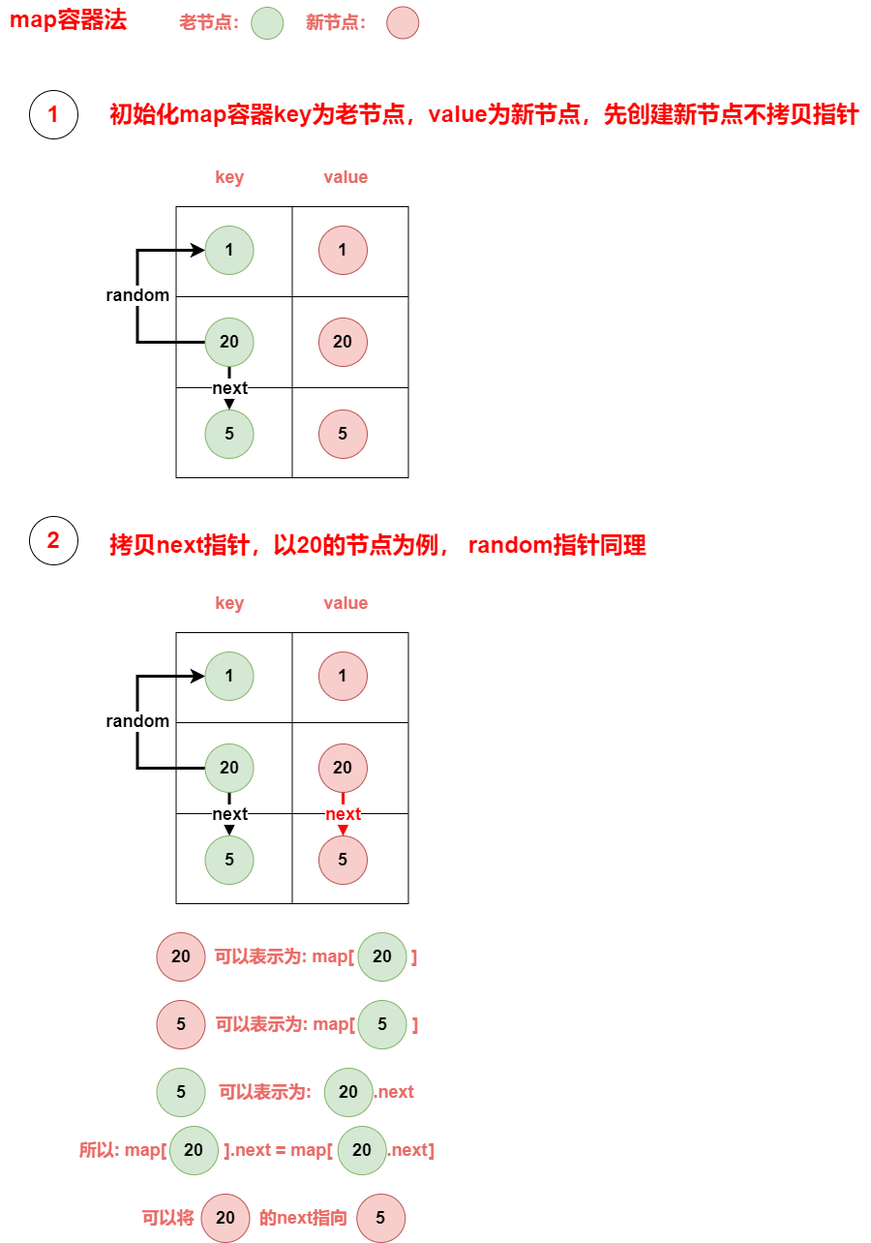
This is algrithem/linked_list_copy_random_list1.drawio.png from muxicode/c153080686, a draw.io export, as it was before one commit. Source tidied: cells renumbered, new cells last; positions are measured from the earlier drawing's top-left corner, leaving out a move shared by most shapes.
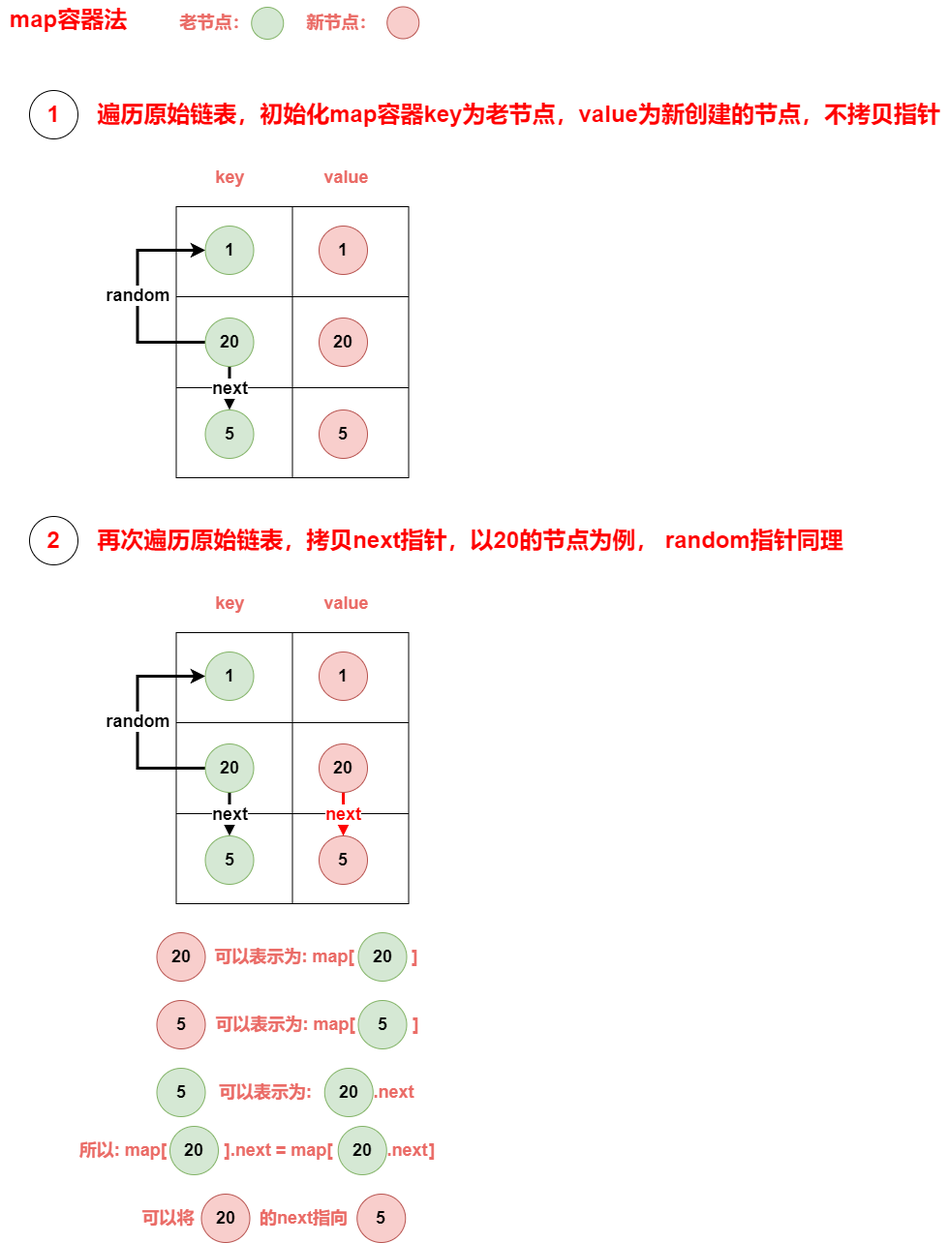
The same file after the commit.

The edit, as a diff of the source:
```diff
@@ -85,8 +85,8 @@
     <mxCell id="27" value="&lt;font color=&quot;#ff0000&quot; style=&quot;font-size: 24px;&quot;&gt;1&lt;/font&gt;" style="ellipse;whiteSpace=wrap;html=1;fontStyle=1;" parent="1" vertex="1">
       <mxGeometry x="30" y="94" width="50" height="50" as="geometry" />
     </mxCell>
-    <mxCell id="28" value="&lt;font color=&quot;#ff0000&quot;&gt;&lt;span style=&quot;font-size: 24px;&quot;&gt;初始化map容器key为老节点，value为新节点，先创建新节点不拷贝指针&lt;/span&gt;&lt;/font&gt;" style="text;html=1;align=center;verticalAlign=middle;strokeColor=none;fillColor=none;fontStyle=1;fontSize=16;" parent="1" vertex="1">
-      <mxGeometry x="100" y="99" width="800" height="40" as="geometry" />
+    <mxCell id="28" value="&lt;font color=&quot;#ff0000&quot;&gt;&lt;span style=&quot;font-size: 24px;&quot;&gt;遍历原始链表，初始化map容器key为老节点，value为新创建的节点，不拷贝指针&lt;/span&gt;&lt;/font&gt;" style="text;html=1;align=center;verticalAlign=middle;strokeColor=none;fillColor=none;fontStyle=1;fontSize=16;" parent="1" vertex="1">
+      <mxGeometry x="90" y="99" width="890" height="40" as="geometry" />
     </mxCell>
     <mxCell id="29" style="shape=table;startSize=0;" parent="1" vertex="1">
       <mxGeometry x="181.5" y="654" width="240" height="280" as="geometry" />
@@ -159,8 +159,8 @@
     <mxCell id="50" value="&lt;font color=&quot;#ff0000&quot; style=&quot;font-size: 24px;&quot;&gt;2&lt;/font&gt;" style="ellipse;whiteSpace=wrap;html=1;fontStyle=1;" parent="1" vertex="1">
       <mxGeometry x="30" y="534" width="50" height="50" as="geometry" />
     </mxCell>
-    <mxCell id="51" value="&lt;font color=&quot;#ff0000&quot;&gt;&lt;span style=&quot;font-size: 24px;&quot;&gt;拷贝next指针，以20的节点为例， random指针同理&lt;/span&gt;&lt;/font&gt;" style="text;html=1;align=center;verticalAlign=middle;strokeColor=none;fillColor=none;fontStyle=1;fontSize=16;" parent="1" vertex="1">
-      <mxGeometry x="100" y="544" width="580" height="40" as="geometry" />
+    <mxCell id="51" value="&lt;font color=&quot;#ff0000&quot;&gt;&lt;span style=&quot;font-size: 24px;&quot;&gt;再次遍历原始链表，拷贝next指针，以20的节点为例， random指针同理&lt;/span&gt;&lt;/font&gt;" style="text;html=1;align=center;verticalAlign=middle;strokeColor=none;fillColor=none;fontStyle=1;fontSize=16;" parent="1" vertex="1">
+      <mxGeometry x="90" y="539" width="790" height="40" as="geometry" />
     </mxCell>
     <mxCell id="52" value="&lt;font size=&quot;1&quot; style=&quot;&quot;&gt;&lt;b style=&quot;font-size: 18px;&quot;&gt;20&lt;/b&gt;&lt;/font&gt;" style="ellipse;whiteSpace=wrap;html=1;fillColor=#f8cecc;strokeColor=#b85450;fontSize=16;" parent="1" vertex="1">
       <mxGeometry x="161.5" y="964" width="50" height="50" as="geometry" />
```
